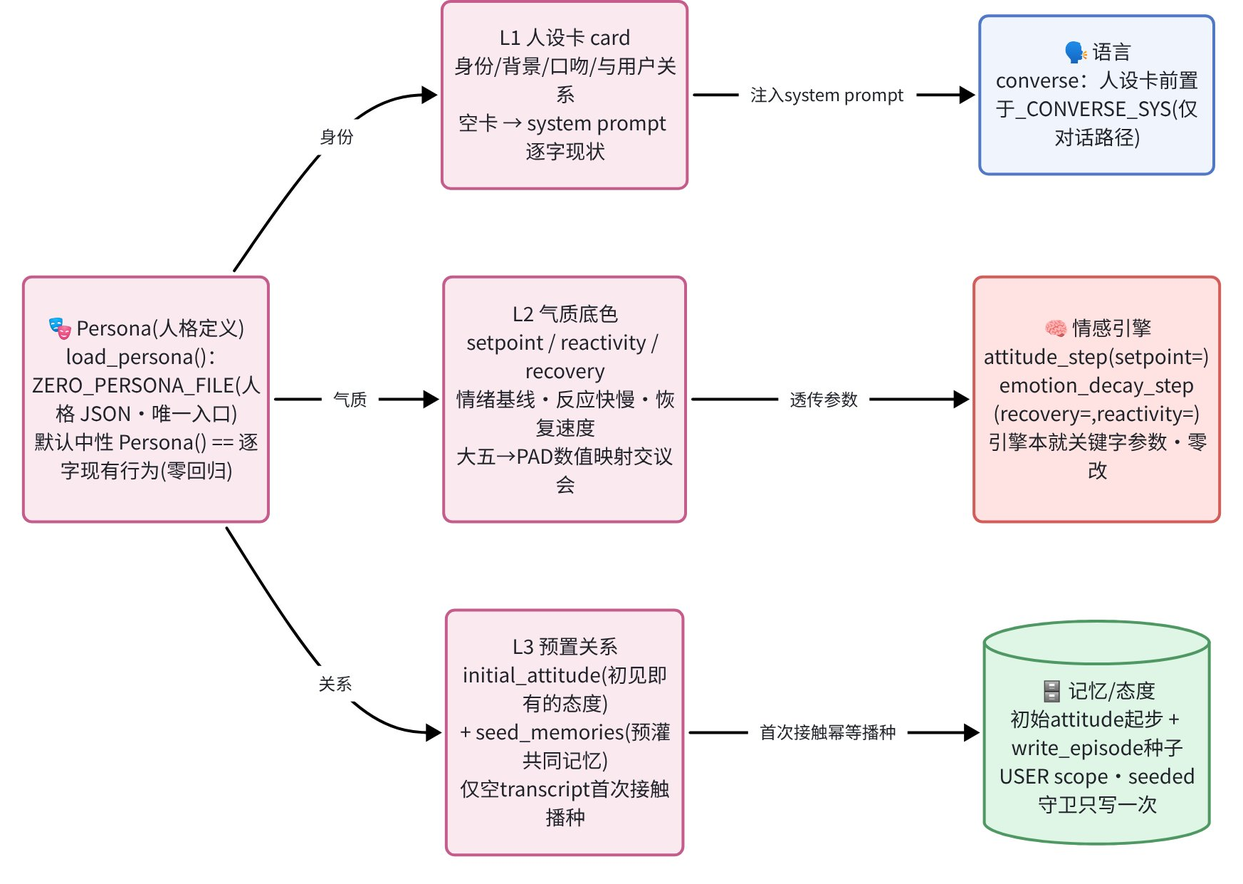
This is docs/v2/persona-injection.png from WizardHeHeJun/Zero, a Mermaid export, as it was before one commit. Its source is kept beside it as docs/v2/persona-injection.mmd.
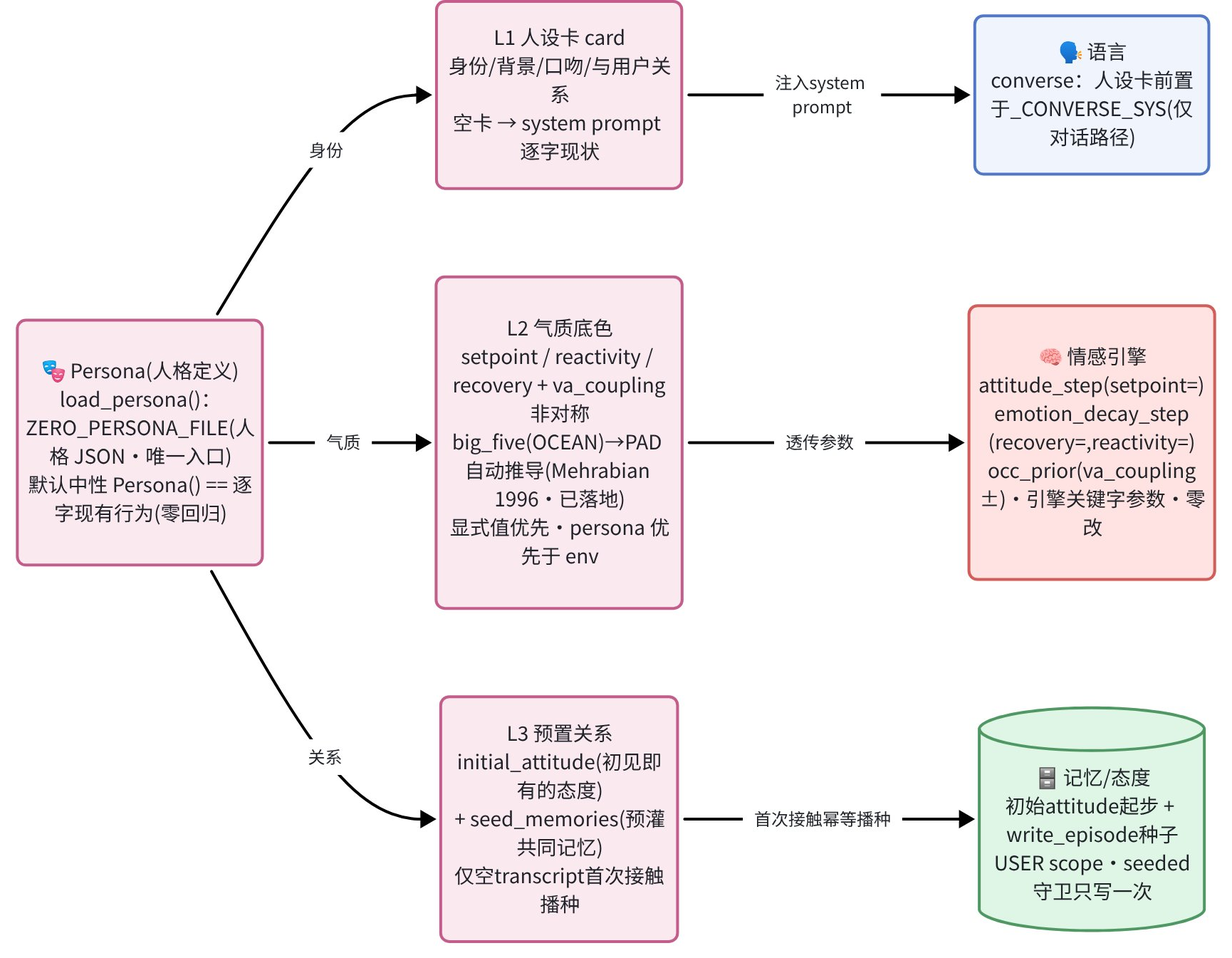
The same file after the commit.

What changed in the source:
```diff
@@ -1,10 +1,10 @@
 flowchart LR
   persona["🎭 Persona(人格定义)<br/>load_persona()：ZERO_PERSONA_FILE(人格 JSON·唯一入口)<br/>默认中性 Persona() == 逐字现有行为(零回归)"]:::persona
   l1["L1 人设卡 card<br/>身份/背景/口吻/与用户关系<br/>空卡 → system prompt 逐字现状"]:::persona
-  l2["L2 气质底色<br/>setpoint / reactivity / recovery<br/>情绪基线·反应快慢·恢复速度<br/>大五→PAD数值映射交议会"]:::persona
+  l2["L2 气质底色<br/>setpoint / reactivity / recovery + va_coupling非对称<br/>big_five(OCEAN)→PAD 自动推导(Mehrabian 1996·已落地)<br/>显式值优先·persona 优先于 env"]:::persona
   l3["L3 预置关系<br/>initial_attitude(初见即有的态度)<br/>+ seed_memories(预灌共同记忆)<br/>仅空transcript首次接触播种"]:::persona
   lang["🗣️ 语言<br/>converse：人设卡前置于_CONVERSE_SYS(仅对话路径)"]:::language
-  engine["🧠 情感引擎<br/>attitude_step(setpoint=)<br/>emotion_decay_step(recovery=,reactivity=)<br/>引擎本就关键字参数·零改"]:::engine
+  engine["🧠 情感引擎<br/>attitude_step(setpoint=)<br/>emotion_decay_step(recovery=,reactivity=)<br/>occ_prior(va_coupling±)·引擎关键字参数·零改"]:::engine
   mem[("🗄️ 记忆/态度<br/>初始attitude起步 + write_episode种子<br/>USER scope·seeded守卫只写一次")]:::memory
 
   persona -->|"身份"| l1
```
